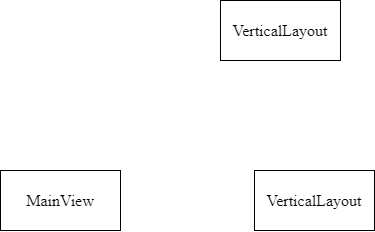
Above: src/main/resources/documentation/Проектирование пакета frontend.drawio.png in VladBaton/vlk (draw.io), before the change. Source tidied: cells renumbered, new cells last; positions are measured from the earlier drawing's top-left corner, leaving out a move shared by most shapes.
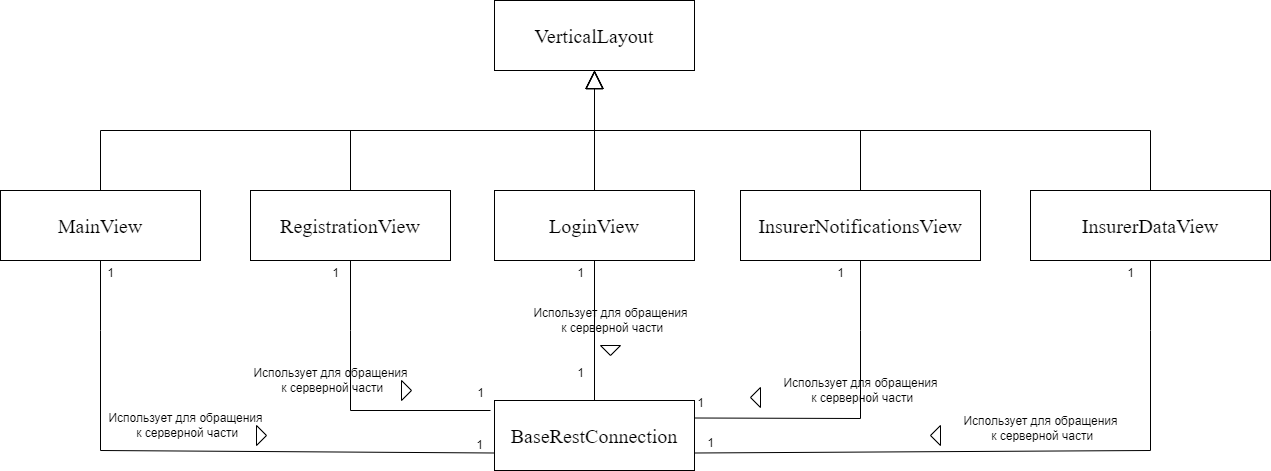
The same diagram one commit later.

What changed in the source:
```diff
@@ -2,14 +2,157 @@
   <root>
     <mxCell id="0" />
     <mxCell id="1" parent="0" />
-    <mxCell id="2" value="VerticalLayout" style="rounded=0;whiteSpace=wrap;html=1;fontSize=16;fontFamily=Times New Roman;" parent="1" vertex="1">
-      <mxGeometry x="220" width="120" height="60" as="geometry" />
+    <mxCell id="2" value="VerticalLayout" style="rounded=0;whiteSpace=wrap;html=1;fontSize=20;fontFamily=Times New Roman;" parent="1" vertex="1">
+      <mxGeometry x="214" y="-20" width="200" height="70" as="geometry" />
     </mxCell>
-    <mxCell id="3" value="MainView" style="rounded=0;whiteSpace=wrap;html=1;fontSize=16;fontFamily=Times New Roman;" parent="1" vertex="1">
-      <mxGeometry y="170" width="120" height="60" as="geometry" />
-    </mxCell>
-    <mxCell id="4" value="VerticalLayout" style="rounded=0;whiteSpace=wrap;html=1;fontSize=16;fontFamily=Times New Roman;" parent="1" vertex="1">
-      <mxGeometry x="254" y="170" width="120" height="60" as="geometry" />
+    <mxCell id="4" value="MainView" style="rounded=0;whiteSpace=wrap;html=1;fontSize=20;fontFamily=Times New Roman;" parent="1" vertex="1">
+      <mxGeometry x="-280" y="170" width="200" height="70" as="geometry" />
     </mxCell>
+    <mxCell id="5" value="RegistrationView&lt;span style=&quot;white-space: pre;&quot;&gt;&#9;&lt;/span&gt;" style="rounded=0;whiteSpace=wrap;html=1;fontSize=20;fontFamily=Times New Roman;" parent="1" vertex="1">
+      <mxGeometry x="-30" y="170" width="200" height="70" as="geometry" />
+    </mxCell>
+    <mxCell id="6" value="LoginView" style="rounded=0;whiteSpace=wrap;html=1;fontSize=20;fontFamily=Times New Roman;" parent="1" vertex="1">
+      <mxGeometry x="214" y="170" width="200" height="70" as="geometry" />
+    </mxCell>
+    <mxCell id="7" value="InsurerNotificationsView" style="rounded=0;whiteSpace=wrap;html=1;fontSize=20;fontFamily=Times New Roman;" parent="1" vertex="1">
+      <mxGeometry x="460" y="170" width="240" height="70" as="geometry" />
+    </mxCell>
+    <mxCell id="8" value="InsurerDataView" style="rounded=0;whiteSpace=wrap;html=1;fontSize=20;fontFamily=Times New Roman;" parent="1" vertex="1">
+      <mxGeometry x="750" y="170" width="240" height="70" as="geometry" />
+    </mxCell>
+    <mxCell id="9" style="endArrow=block;endSize=16;endFill=0;html=1;rounded=0;entryX=0.5;entryY=1;entryDx=0;entryDy=0;exitX=0.5;exitY=0;exitDx=0;exitDy=0;" parent="1" edge="1" source="4" target="2">
+      <mxGeometry relative="1" as="geometry">
+        <Array as="points">
+          <mxPoint x="-180" y="110" />
+          <mxPoint x="314" y="110" />
+        </Array>
+      </mxGeometry>
+    </mxCell>
+    <mxCell id="10" style="endArrow=block;endSize=16;endFill=0;html=1;rounded=0;entryX=0.5;entryY=1;entryDx=0;entryDy=0;exitX=0.5;exitY=0;exitDx=0;exitDy=0;" parent="1" edge="1" source="5" target="2">
+      <mxGeometry relative="1" as="geometry">
+        <Array as="points">
+          <mxPoint x="70" y="110" />
+          <mxPoint x="314" y="110" />
+        </Array>
+      </mxGeometry>
+    </mxCell>
+    <mxCell id="11" style="endArrow=block;endSize=16;endFill=0;html=1;rounded=0;entryX=0.5;entryY=1;entryDx=0;entryDy=0;exitX=0.5;exitY=0;exitDx=0;exitDy=0;" parent="1" edge="1" source="6" target="2">
+      <mxGeometry relative="1" as="geometry" />
+    </mxCell>
+    <mxCell id="12" style="endArrow=block;endSize=16;endFill=0;html=1;rounded=0;entryX=0.5;entryY=1;entryDx=0;entryDy=0;exitX=0.5;exitY=0;exitDx=0;exitDy=0;" parent="1" edge="1" source="7" target="2">
+      <mxGeometry relative="1" as="geometry">
+        <Array as="points">
+          <mxPoint x="580" y="110" />
+          <mxPoint x="314" y="110" />
+        </Array>
+      </mxGeometry>
+    </mxCell>
+    <mxCell id="13" style="endArrow=block;endSize=16;endFill=0;html=1;rounded=0;entryX=0.5;entryY=1;entryDx=0;entryDy=0;exitX=0.5;exitY=0;exitDx=0;exitDy=0;" parent="1" edge="1" source="8" target="2">
+      <mxGeometry relative="1" as="geometry">
+        <Array as="points">
+          <mxPoint x="870" y="110" />
+          <mxPoint x="314" y="110" />
+        </Array>
+      </mxGeometry>
+    </mxCell>
+    <mxCell id="14" value="BaseRestConnection" style="rounded=0;whiteSpace=wrap;html=1;fontSize=20;fontFamily=Times New Roman;" parent="1" vertex="1">
+      <mxGeometry x="214" y="380" width="200" height="70" as="geometry" />
+    </mxCell>
+    <mxCell id="15" style="endArrow=none;html=1;rounded=0;entryX=0.5;entryY=1;entryDx=0;entryDy=0;exitX=0;exitY=0.75;exitDx=0;exitDy=0;" parent="1" edge="1" source="14" target="4">
+      <mxGeometry relative="1" as="geometry">
+        <Array as="points">
+          <mxPoint x="-180" y="430" />
+          <mxPoint x="-180" y="310" />
+        </Array>
+      </mxGeometry>
+    </mxCell>
+    <mxCell id="16" style="endArrow=none;html=1;rounded=0;entryX=0.5;entryY=1;entryDx=0;entryDy=0;" parent="1" edge="1" target="5">
+      <mxGeometry relative="1" as="geometry">
+        <mxPoint x="210" y="390" as="sourcePoint" />
+        <Array as="points">
+          <mxPoint x="70" y="390" />
+          <mxPoint x="70" y="310" />
+        </Array>
+      </mxGeometry>
+    </mxCell>
+    <mxCell id="17" style="endArrow=none;html=1;rounded=0;entryX=0.5;entryY=1;entryDx=0;entryDy=0;exitX=0.5;exitY=0;exitDx=0;exitDy=0;" parent="1" edge="1" source="14" target="6">
+      <mxGeometry relative="1" as="geometry" />
+    </mxCell>
+    <mxCell id="18" style="endArrow=none;html=1;rounded=0;entryX=0.5;entryY=1;entryDx=0;entryDy=0;exitX=1;exitY=0.25;exitDx=0;exitDy=0;" parent="1" edge="1" source="14" target="7">
+      <mxGeometry relative="1" as="geometry">
+        <Array as="points">
+          <mxPoint x="580" y="398" />
+          <mxPoint x="580" y="310" />
+        </Array>
+      </mxGeometry>
+    </mxCell>
+    <mxCell id="19" style="endArrow=none;html=1;rounded=0;entryX=0.5;entryY=1;entryDx=0;entryDy=0;exitX=1;exitY=0.75;exitDx=0;exitDy=0;" parent="1" edge="1" source="14" target="8">
+      <mxGeometry relative="1" as="geometry">
+        <Array as="points">
+          <mxPoint x="870" y="430" />
+          <mxPoint x="870" y="310" />
+        </Array>
+      </mxGeometry>
+    </mxCell>
+    <mxCell id="20" value="1" style="text;html=1;align=center;verticalAlign=middle;strokeColor=none;fillColor=none;" parent="1" vertex="1">
+      <mxGeometry x="-185" y="238" width="30" height="30" as="geometry" />
+    </mxCell>
+    <mxCell id="21" value="1" style="text;html=1;align=center;verticalAlign=middle;strokeColor=none;fillColor=none;" parent="1" vertex="1">
+      <mxGeometry x="184" y="410" width="30" height="30" as="geometry" />
+    </mxCell>
+    <mxCell id="22" value="1" style="text;html=1;align=center;verticalAlign=middle;strokeColor=none;fillColor=none;" parent="1" vertex="1">
+      <mxGeometry x="40" y="238" width="30" height="30" as="geometry" />
+    </mxCell>
+    <mxCell id="23" value="1" style="text;html=1;align=center;verticalAlign=middle;strokeColor=none;fillColor=none;" parent="1" vertex="1">
+      <mxGeometry x="185" y="358" width="30" height="30" as="geometry" />
+    </mxCell>
+    <mxCell id="24" value="1" style="text;html=1;align=center;verticalAlign=middle;strokeColor=none;fillColor=none;" parent="1" vertex="1">
+      <mxGeometry x="285" y="238" width="30" height="30" as="geometry" />
+    </mxCell>
+    <mxCell id="25" value="1" style="text;html=1;align=center;verticalAlign=middle;strokeColor=none;fillColor=none;" parent="1" vertex="1">
+      <mxGeometry x="285" y="338" width="30" height="30" as="geometry" />
+    </mxCell>
+    <mxCell id="26" value="1" style="text;html=1;align=center;verticalAlign=middle;strokeColor=none;fillColor=none;" parent="1" vertex="1">
+      <mxGeometry x="545" y="238" width="30" height="30" as="geometry" />
+    </mxCell>
+    <mxCell id="27" value="1" style="text;html=1;align=center;verticalAlign=middle;strokeColor=none;fillColor=none;" parent="1" vertex="1">
+      <mxGeometry x="405" y="368" width="30" height="30" as="geometry" />
+    </mxCell>
+    <mxCell id="28" value="1" style="text;html=1;align=center;verticalAlign=middle;strokeColor=none;fillColor=none;" parent="1" vertex="1">
+      <mxGeometry x="835" y="238" width="30" height="30" as="geometry" />
+    </mxCell>
+    <mxCell id="29" value="1" style="text;html=1;align=center;verticalAlign=middle;strokeColor=none;fillColor=none;" parent="1" vertex="1">
+      <mxGeometry x="415" y="408" width="30" height="30" as="geometry" />
+    </mxCell>
+    <mxCell id="30" style="triangle;whiteSpace=wrap;html=1;fontColor=#FFFFFF;labelBackgroundColor=#FFFFFF;" parent="1" vertex="1">
+      <mxGeometry x="-24" y="405" width="10" height="20" as="geometry" />
+    </mxCell>
+    <mxCell id="31" value="Использует для обращения&lt;br&gt;&amp;nbsp;к серверной части" style="text;html=1;align=center;verticalAlign=middle;strokeColor=none;fillColor=none;" parent="1" vertex="1">
+      <mxGeometry x="-185" y="385" width="180" height="40" as="geometry" />
+    </mxCell>
+    <mxCell id="32" style="triangle;whiteSpace=wrap;html=1;fontColor=#FFFFFF;labelBackgroundColor=#FFFFFF;" parent="1" vertex="1">
+      <mxGeometry x="121" y="360" width="10" height="20" as="geometry" />
+    </mxCell>
+    <mxCell id="33" value="Использует для обращения&lt;br&gt;&amp;nbsp;к серверной части" style="text;html=1;align=center;verticalAlign=middle;strokeColor=none;fillColor=none;" parent="1" vertex="1">
+      <mxGeometry x="-40" y="340" width="180" height="40" as="geometry" />
+    </mxCell>
+    <mxCell id="34" style="triangle;whiteSpace=wrap;html=1;fontColor=#FFFFFF;labelBackgroundColor=#FFFFFF;rotation=-180;" parent="1" vertex="1">
+      <mxGeometry x="650" y="405" width="10" height="20" as="geometry" />
+    </mxCell>
+    <mxCell id="35" value="Использует для обращения&lt;br&gt;&amp;nbsp;к серверной части" style="text;html=1;align=center;verticalAlign=middle;strokeColor=none;fillColor=none;" parent="1" vertex="1">
+      <mxGeometry x="670" y="388" width="180" height="40" as="geometry" />
+    </mxCell>
+    <mxCell id="36" style="triangle;whiteSpace=wrap;html=1;fontColor=#FFFFFF;labelBackgroundColor=#FFFFFF;rotation=-180;" parent="1" vertex="1">
+      <mxGeometry x="470" y="367" width="10" height="20" as="geometry" />
+    </mxCell>
+    <mxCell id="37" value="Использует для обращения&lt;br&gt;&amp;nbsp;к серверной части" style="text;html=1;align=center;verticalAlign=middle;strokeColor=none;fillColor=none;" parent="1" vertex="1">
+      <mxGeometry x="490" y="350" width="180" height="40" as="geometry" />
+    </mxCell>
+    <mxCell id="38" value="Использует для обращения&lt;br&gt;&amp;nbsp;к серверной части" style="text;html=1;align=center;verticalAlign=middle;strokeColor=none;fillColor=none;" parent="1" vertex="1">
+      <mxGeometry x="240" y="280" width="180" height="40" as="geometry" />
+    </mxCell>
+    <mxCell id="39" style="triangle;whiteSpace=wrap;html=1;fontColor=#FFFFFF;labelBackgroundColor=#FFFFFF;rotation=90;" parent="1" vertex="1">
+      <mxGeometry x="325" y="320" width="10" height="20" as="geometry" />
+    </mxCell>
   </root>
 </mxGraphModel>
```
